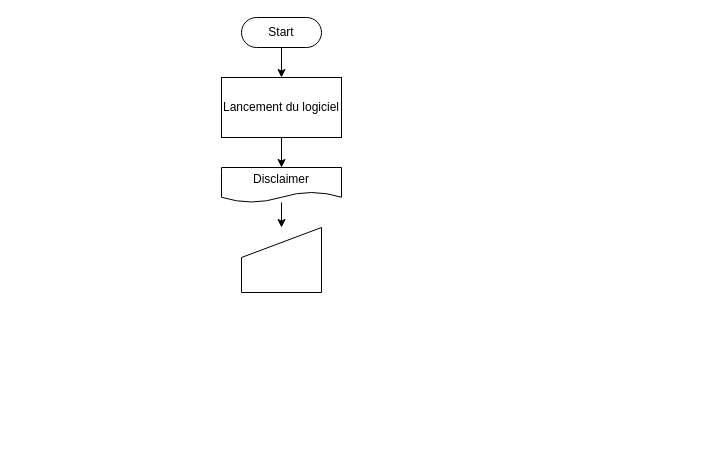
GigiMad/PenAutomate keeps this draw.io diagram as draw.io/PenAutomate.drawio. Above is the earlier version. Source tidied: cells renumbered, new cells numbered last; positions are measured from the earlier drawing's top-left corner, leaving out a move shared by most shapes. Both pictures are drawn from the tidied source at 100%, with x=0, y=0 at pixel (221, 17).
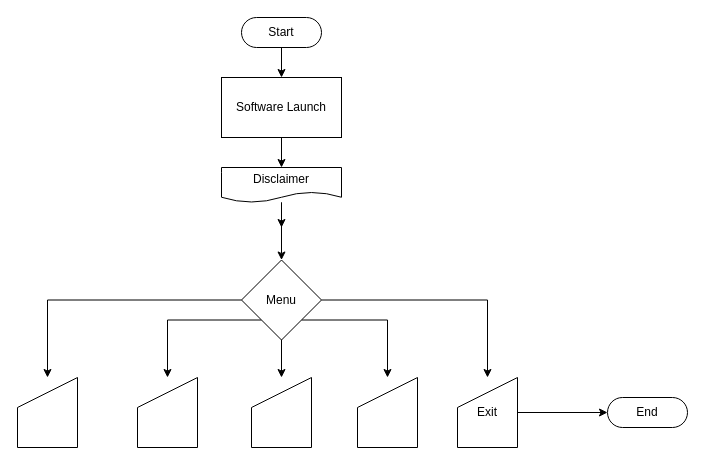
After the change.

Commit message:
Mettre à jour PenAutomate.drawio

The change refers to these unchanged cells:
```xml
<mxCell id="7" value="Disclaimer" style="shape=document;whiteSpace=wrap;html=1;boundedLbl=1;dashed=0;" parent="1" vertex="1">
  <mxGeometry y="150" width="120" height="35" as="geometry" />
</mxCell>
```

What changed in the source:
```diff
@@
-    <mxCell id="5" value="Lancement du logiciel" style="whiteSpace=wrap;html=1;dashed=0;" parent="1" vertex="1">
+    <mxCell id="5" value="Software Launch" style="whiteSpace=wrap;html=1;dashed=0;" parent="1" vertex="1">
       <mxGeometry y="60" width="120" height="60" as="geometry" />
     </mxCell>
-    <mxCell id="6" style="edgeStyle=orthogonalEdgeStyle;rounded=0;jettySize=auto;html=1;" parent="1" edge="1" source="7" target="8">
-      <mxGeometry relative="1" as="geometry" />
+    <mxCell id="6" style="edgeStyle=orthogonalEdgeStyle;rounded=0;jettySize=auto;html=1;" parent="1" edge="1" source="7">
+      <mxGeometry relative="1" as="geometry">
+        <mxPoint x="60" y="210" as="targetPoint" />
+      </mxGeometry>
     </mxCell>
+    <mxCell id="9" style="edgeStyle=orthogonalEdgeStyle;rounded=0;jettySize=auto;html=1;" parent="1" edge="1" source="7" target="15">
+      <mxGeometry relative="1" as="geometry" />
+    </mxCell>
@@
-    <mxCell id="8" style="shape=manualInput;whiteSpace=wrap;html=1;" parent="1" vertex="1">
-      <mxGeometry x="20" y="210" width="80" height="65" as="geometry" />
-    </mxCell>
+    <mxCell id="10" style="edgeStyle=orthogonalEdgeStyle;rounded=0;jettySize=auto;html=1;" parent="1" edge="1" source="15" target="16">
+      <mxGeometry relative="1" as="geometry" />
+    </mxCell>
+    <mxCell id="11" style="edgeStyle=orthogonalEdgeStyle;rounded=0;jettySize=auto;html=1;exitX=0;exitY=1;exitDx=0;exitDy=0;entryX=0.5;entryY=0;entryDx=0;entryDy=0;" parent="1" edge="1" source="15" target="19">
+      <mxGeometry relative="1" as="geometry" />
+    </mxCell>
+    <mxCell id="12" style="edgeStyle=orthogonalEdgeStyle;rounded=0;jettySize=auto;html=1;exitX=0;exitY=0.5;exitDx=0;exitDy=0;entryX=0.5;entryY=0;entryDx=0;entryDy=0;" parent="1" edge="1" source="15" target="20">
+      <mxGeometry relative="1" as="geometry" />
+    </mxCell>
+    <mxCell id="13" style="edgeStyle=orthogonalEdgeStyle;rounded=0;jettySize=auto;html=1;exitX=1;exitY=0.5;exitDx=0;exitDy=0;" parent="1" edge="1" source="15" target="18">
+      <mxGeometry relative="1" as="geometry" />
+    </mxCell>
+    <mxCell id="14" style="edgeStyle=orthogonalEdgeStyle;rounded=0;jettySize=auto;html=1;exitX=1;exitY=1;exitDx=0;exitDy=0;" parent="1" edge="1" source="15" target="17">
+      <mxGeometry relative="1" as="geometry" />
+    </mxCell>
+    <mxCell id="15" value="Menu" style="rhombus;whiteSpace=wrap;html=1;dashed=0;" parent="1" vertex="1">
+      <mxGeometry x="20" y="242.5" width="80" height="80" as="geometry" />
+    </mxCell>
+    <mxCell id="16" style="shape=manualInput;whiteSpace=wrap;html=1;" parent="1" vertex="1">
+      <mxGeometry x="30" y="360" width="60" height="70" as="geometry" />
+    </mxCell>
+    <mxCell id="17" style="shape=manualInput;whiteSpace=wrap;html=1;" parent="1" vertex="1">
+      <mxGeometry x="136" y="360" width="60" height="70" as="geometry" />
+    </mxCell>
+    <mxCell id="18" value="Exit" style="shape=manualInput;whiteSpace=wrap;html=1;" parent="1" vertex="1">
+      <mxGeometry x="236" y="360" width="60" height="70" as="geometry" />
+    </mxCell>
+    <mxCell id="19" style="shape=manualInput;whiteSpace=wrap;html=1;" parent="1" vertex="1">
+      <mxGeometry x="-84" y="360" width="60" height="70" as="geometry" />
+    </mxCell>
+    <mxCell id="20" style="shape=manualInput;whiteSpace=wrap;html=1;" parent="1" vertex="1">
+      <mxGeometry x="-204" y="360" width="60" height="70" as="geometry" />
+    </mxCell>
+    <mxCell id="21" value="End" style="html=1;dashed=0;whiteSpace=wrap;shape=mxgraph.dfd.start;" parent="1" vertex="1">
+      <mxGeometry x="386" y="380" width="80" height="30" as="geometry" />
+    </mxCell>
+    <mxCell id="22" style="edgeStyle=orthogonalEdgeStyle;rounded=0;jettySize=auto;html=1;exitX=1;exitY=0.5;exitDx=0;exitDy=0;entryX=0;entryY=0.5;entryDx=0;entryDy=0;entryPerimeter=0;" parent="1" edge="1" source="18" target="21">
+      <mxGeometry relative="1" as="geometry" />
+    </mxCell>
```
